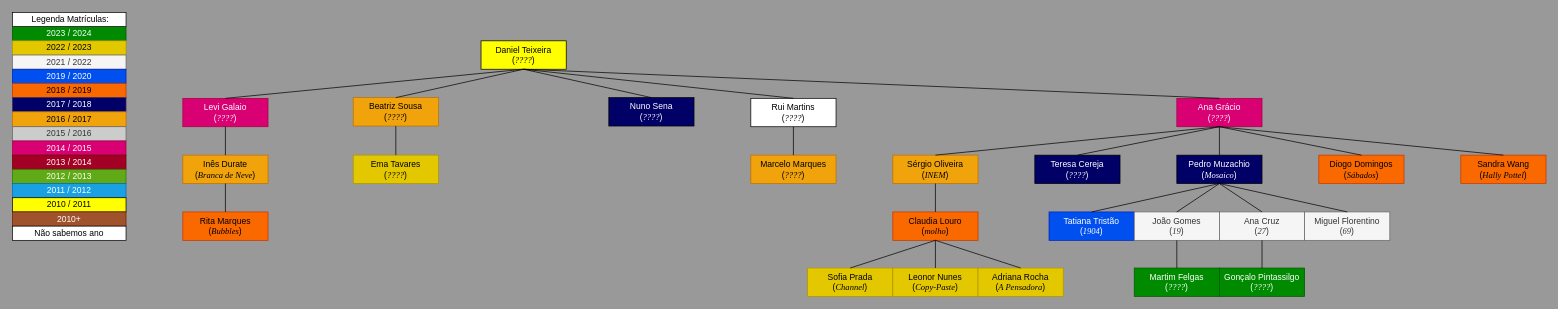
The draw.io diagram Draw.io/Familia_do_Daniel_Teixeira.drawio in pdmtmr/PDMTMRTESTLOCATION-AKA-ARBUSTO, before the edit. Source tidied: cells renumbered, new cells numbered last; positions are measured from the earlier drawing's top-left corner, leaving out a move shared by most shapes. Both pictures are drawn from the tidied source at 71%, with x=0, y=0 at pixel (12, 12).
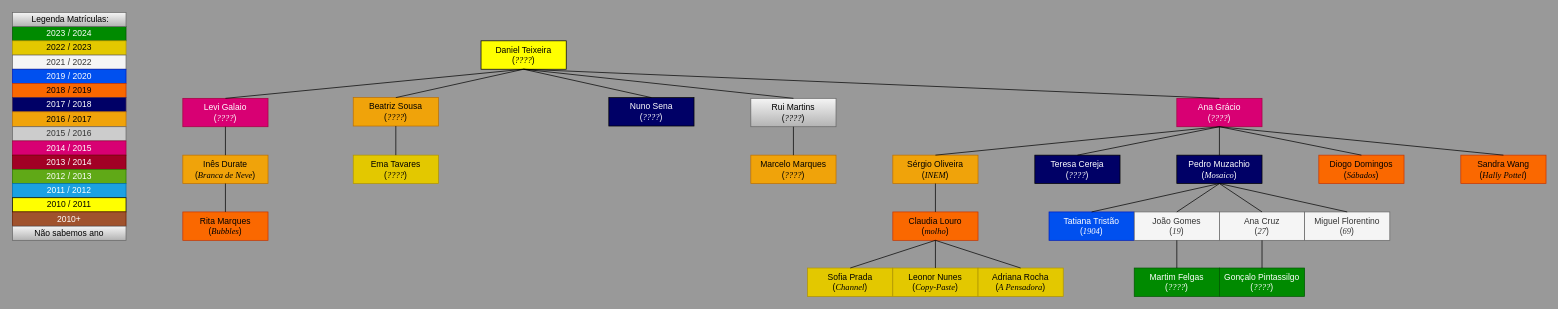
Above is the later version.

Change to the diagram source:
```diff
@@
-    <mxCell id="7" value="&amp;nbsp;Legenda Matrículas:" style="rounded=0;whiteSpace=wrap;html=1;" parent="1" vertex="1">
+    <mxCell id="7" value="&amp;nbsp;Legenda Matrículas:" style="rounded=0;whiteSpace=wrap;html=1;fillColor=#f5f5f5;gradientColor=#b3b3b3;strokeColor=#666666;" parent="1" vertex="1">
       <mxGeometry width="160" height="20" as="geometry" />
     </mxCell>
@@
-    <mxCell id="17" value="Não sabemos ano" style="rounded=0;whiteSpace=wrap;html=1;" parent="1" vertex="1">
+    <mxCell id="17" value="Não sabemos ano" style="rounded=0;whiteSpace=wrap;html=1;fillColor=#f5f5f5;gradientColor=#b3b3b3;strokeColor=#666666;" parent="1" vertex="1">
       <mxGeometry y="301" width="160" height="20" as="geometry" />
     </mxCell>
@@
-    <mxCell id="27" value="&lt;div&gt;Rui Martins&lt;/div&gt;&lt;div&gt;&lt;span style=&quot;background-color: initial;&quot;&gt;(&lt;/span&gt;&lt;i style=&quot;background-color: initial;&quot;&gt;&lt;font face=&quot;Times New Roman&quot;&gt;????&lt;/font&gt;&lt;/i&gt;&lt;span style=&quot;background-color: initial;&quot;&gt;)&lt;/span&gt;&lt;/div&gt;" style="rounded=0;whiteSpace=wrap;html=1;" parent="1" vertex="1">
+    <mxCell id="27" value="&lt;div&gt;Rui Martins&lt;/div&gt;&lt;div&gt;&lt;span style=&quot;background-color: initial;&quot;&gt;(&lt;/span&gt;&lt;i style=&quot;background-color: initial;&quot;&gt;&lt;font face=&quot;Times New Roman&quot;&gt;????&lt;/font&gt;&lt;/i&gt;&lt;span style=&quot;background-color: initial;&quot;&gt;)&lt;/span&gt;&lt;/div&gt;" style="rounded=0;whiteSpace=wrap;html=1;fillColor=#f5f5f5;gradientColor=#b3b3b3;strokeColor=#666666;" parent="1" vertex="1">
       <mxGeometry x="1040" y="121" width="120" height="40" as="geometry" />
     </mxCell>
```
